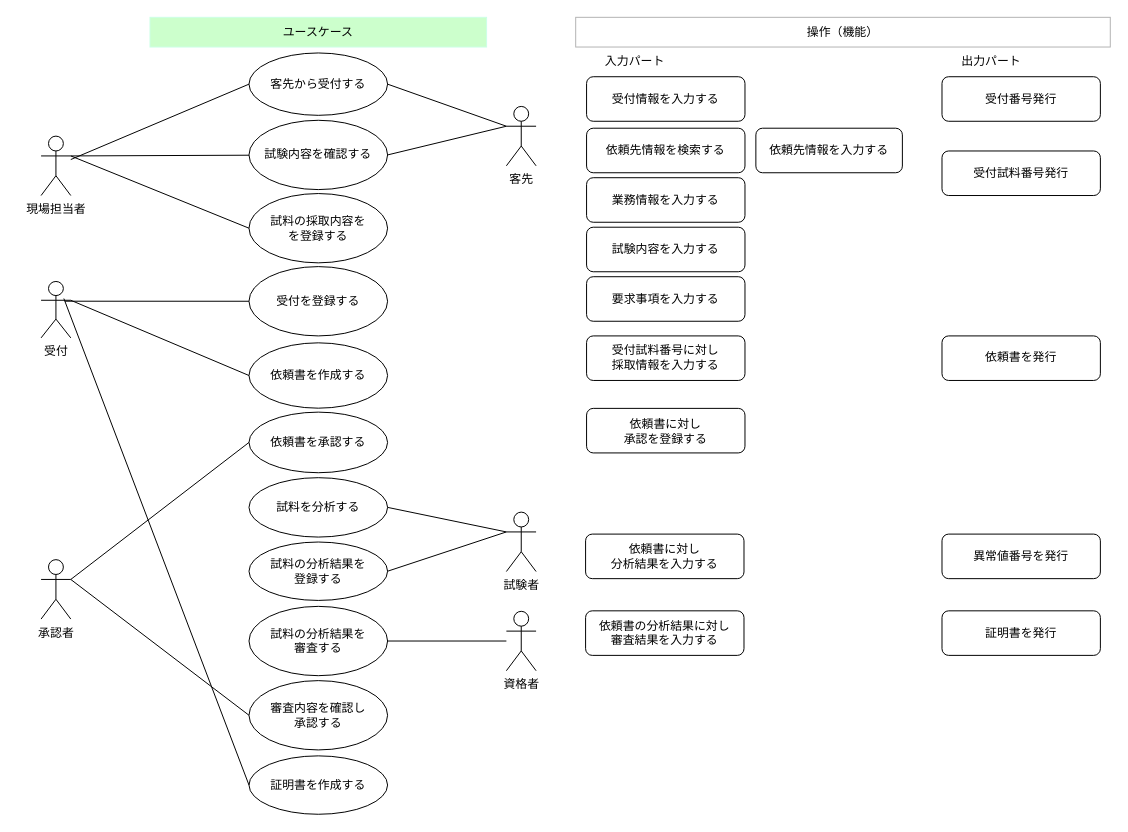
Earlier version of the draw.io diagram page "ユースケース図" (2 of 6) of 試料分析システム.drawio (kaoru387/draw.io). Source tidied: cells renumbered, new cells numbered last; positions are measured from the earlier drawing's top-left corner, leaving out a move shared by most shapes. Both pictures are drawn from the tidied source at 99%, with x=0, y=0 at pixel (41, 17).
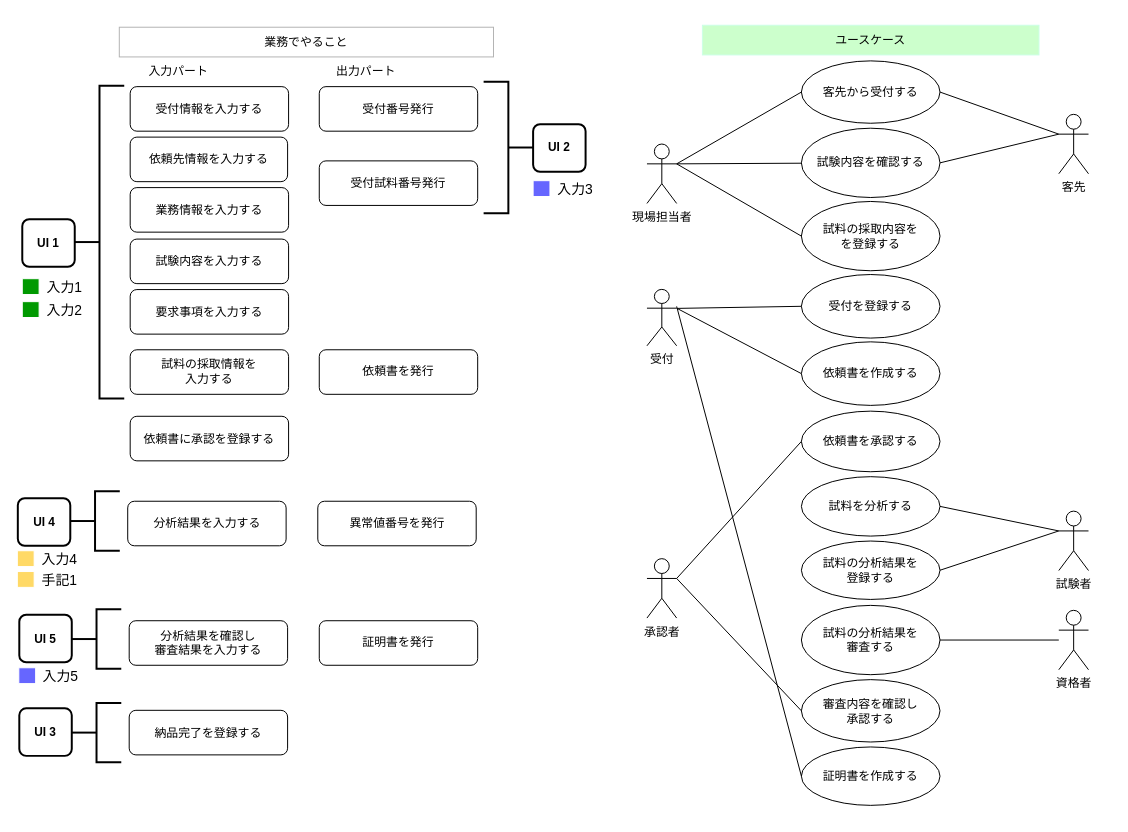
The same page after the edit.

What changed in the source:
```diff
@@
     <mxCell id="2" value="客先から受付する" style="ellipse;whiteSpace=wrap;html=1;" parent="1" vertex="1">
-      <mxGeometry x="210" y="36" width="140" height="63" as="geometry" />
+      <mxGeometry x="768" y="44" width="140" height="63" as="geometry" />
     </mxCell>
     <mxCell id="3" value="試験内容を確認する" style="ellipse;whiteSpace=wrap;html=1;" parent="1" vertex="1">
-      <mxGeometry x="210" y="104" width="140" height="70" as="geometry" />
+      <mxGeometry x="768" y="112" width="140" height="70" as="geometry" />
     </mxCell>
     <mxCell id="4" value="受付を登録する" style="ellipse;whiteSpace=wrap;html=1;" parent="1" vertex="1">
-      <mxGeometry x="210" y="251.8" width="140" height="70" as="geometry" />
+      <mxGeometry x="768" y="259.8" width="140" height="64.2" as="geometry" />
     </mxCell>
     <mxCell id="5" value="依頼書を作成する" style="ellipse;whiteSpace=wrap;html=1;" parent="1" vertex="1">
-      <mxGeometry x="210" y="328.8" width="140" height="66" as="geometry" />
+      <mxGeometry x="768" y="327.8" width="140" height="64.2" as="geometry" />
     </mxCell>
     <mxCell id="6" value="試料を分析する" style="ellipse;whiteSpace=wrap;html=1;" parent="1" vertex="1">
-      <mxGeometry x="210" y="465" width="140" height="60" as="geometry" />
+      <mxGeometry x="768" y="464" width="140" height="60" as="geometry" />
     </mxCell>
     <mxCell id="7" value="試料の分析結果を&lt;br&gt;登録する" style="ellipse;whiteSpace=wrap;html=1;" parent="1" vertex="1">
-      <mxGeometry x="210" y="530" width="140" height="59" as="geometry" />
+      <mxGeometry x="768" y="529" width="140" height="59" as="geometry" />
     </mxCell>
     <mxCell id="8" value="試料の分析結果を&lt;br&gt;審査する" style="ellipse;whiteSpace=wrap;html=1;" parent="1" vertex="1">
-      <mxGeometry x="210" y="595" width="140" height="70" as="geometry" />
+      <mxGeometry x="768" y="594" width="140" height="70" as="geometry" />
     </mxCell>
     <mxCell id="9" value="依頼書を承認する" style="ellipse;whiteSpace=wrap;html=1;" parent="1" vertex="1">
-      <mxGeometry x="210" y="398.8" width="140" height="61.2" as="geometry" />
+      <mxGeometry x="768" y="397.8" width="140" height="61.2" as="geometry" />
     </mxCell>
     <mxCell id="10" value="審査内容を確認し&lt;br&gt;承認する" style="ellipse;whiteSpace=wrap;html=1;" parent="1" vertex="1">
-      <mxGeometry x="210" y="670" width="140" height="70" as="geometry" />
+      <mxGeometry x="768" y="669" width="140" height="63" as="geometry" />
     </mxCell>
     <mxCell id="11" value="証明書を作成する" style="ellipse;whiteSpace=wrap;html=1;" parent="1" vertex="1">
-      <mxGeometry x="210" y="746" width="140" height="59" as="geometry" />
+      <mxGeometry x="768" y="737" width="140" height="59" as="geometry" />
     </mxCell>
     <mxCell id="12" value="受付" style="shape=umlActor;verticalLabelPosition=bottom;verticalAlign=top;html=1;" parent="1" vertex="1">
-      <mxGeometry y="266.8" width="30" height="57" as="geometry" />
+      <mxGeometry x="612" y="274.8" width="30" height="57" as="geometry" />
     </mxCell>
     <mxCell id="13" value="現場担当者" style="shape=umlActor;verticalLabelPosition=bottom;verticalAlign=top;html=1;" parent="1" vertex="1">
-      <mxGeometry y="120" width="30" height="60" as="geometry" />
+      <mxGeometry x="612" y="128" width="30" height="60" as="geometry" />
     </mxCell>
     <mxCell id="14" value="試験者" style="shape=umlActor;verticalLabelPosition=bottom;verticalAlign=top;html=1;" parent="1" vertex="1">
-      <mxGeometry x="470" y="499.8" width="30" height="60" as="geometry" />
+      <mxGeometry x="1028" y="498.8" width="30" height="60" as="geometry" />
     </mxCell>
     <mxCell id="15" value="資格者" style="shape=umlActor;verticalLabelPosition=bottom;verticalAlign=top;html=1;" parent="1" vertex="1">
-      <mxGeometry x="470" y="600" width="30" height="60" as="geometry" />
+      <mxGeometry x="1028" y="599" width="30" height="60" as="geometry" />
     </mxCell>
     <mxCell id="16" value="承認者" style="shape=umlActor;verticalLabelPosition=bottom;verticalAlign=top;html=1;" parent="1" vertex="1">
-      <mxGeometry y="547.8" width="30" height="60" as="geometry" />
+      <mxGeometry x="612" y="546.8" width="30" height="60" as="geometry" />
     </mxCell>
     <mxCell id="17" value="客先" style="shape=umlActor;verticalLabelPosition=bottom;verticalAlign=top;html=1;" parent="1" vertex="1">
-      <mxGeometry x="470" y="90" width="30" height="60" as="geometry" />
+      <mxGeometry x="1028" y="98" width="30" height="60" as="geometry" />
     </mxCell>
-    <mxCell id="18" style="endArrow=none;html=1;rounded=0;entryX=0;entryY=0.5;entryDx=0;entryDy=0;" parent="1" edge="1" source="13" target="2">
+    <mxCell id="18" style="endArrow=none;html=1;rounded=0;entryX=0;entryY=0.5;entryDx=0;entryDy=0;exitX=1;exitY=0.3333333333333333;exitDx=0;exitDy=0;exitPerimeter=0;" parent="1" edge="1" source="13" target="2">
       <mxGeometry relative="1" as="geometry" />
     </mxCell>
@@
     <mxCell id="22" value="試料の採取内容を&lt;br&gt;を登録する" style="ellipse;whiteSpace=wrap;html=1;" parent="1" vertex="1">
-      <mxGeometry x="210" y="178" width="140" height="70" as="geometry" />
+      <mxGeometry x="768" y="186" width="140" height="70" as="geometry" />
     </mxCell>
-    <mxCell id="23" style="endArrow=none;html=1;rounded=0;entryX=0;entryY=0.5;entryDx=0;entryDy=0;exitX=0.8;exitY=0.35;exitDx=0;exitDy=0;exitPerimeter=0;" parent="1" edge="1" source="12" target="4">
-      <mxGeometry relative="1" as="geometry" />
+    <mxCell id="23" style="endArrow=none;html=1;rounded=0;entryX=0;entryY=0.5;entryDx=0;entryDy=0;" parent="1" edge="1" target="4">
+      <mxGeometry relative="1" as="geometry">
+        <mxPoint x="643" y="294" as="sourcePoint" />
+      </mxGeometry>
     </mxCell>
@@
+    <mxCell id="46" value="ユースケース" style="rounded=0;whiteSpace=wrap;html=1;fillColor=#CCFFCC;shadow=0;strokeColor=#CCFFE6;" parent="1" vertex="1">
+      <mxGeometry x="668" y="8" width="340" height="30" as="geometry" />
+    </mxCell>
+    <mxCell id="50" style="endArrow=none;html=1;rounded=0;entryX=0;entryY=0.5;entryDx=0;entryDy=0;" parent="1" edge="1" target="11">
+      <mxGeometry relative="1" as="geometry">
+        <mxPoint x="642" y="292" as="sourcePoint" />
+      </mxGeometry>
+    </mxCell>
     <mxCell id="31" value="受付情報を入力する" style="rounded=1;whiteSpace=wrap;html=1;" parent="1" vertex="1">
-      <mxGeometry x="551" y="60" width="160" height="45" as="geometry" />
+      <mxGeometry x="90" y="70" width="160" height="45" as="geometry" />
     </mxCell>
-    <mxCell id="32" value="依頼先情報を検索する" style="rounded=1;whiteSpace=wrap;html=1;" parent="1" vertex="1">
-      <mxGeometry x="551" y="112" width="160" height="45" as="geometry" />
-    </mxCell>
     <mxCell id="33" value="依頼先情報を入力する" style="rounded=1;whiteSpace=wrap;html=1;" parent="1" vertex="1">
-      <mxGeometry x="722" y="112" width="148" height="45" as="geometry" />
+      <mxGeometry x="90" y="121" width="159" height="45" as="geometry" />
     </mxCell>
     <mxCell id="34" value="試験内容を入力する" style="rounded=1;whiteSpace=wrap;html=1;" parent="1" vertex="1">
-      <mxGeometry x="551" y="212" width="160" height="45" as="geometry" />
+      <mxGeometry x="90" y="224" width="160" height="45" as="geometry" />
     </mxCell>
     <mxCell id="35" value="業務情報を入力する" style="rounded=1;whiteSpace=wrap;html=1;" parent="1" vertex="1">
-      <mxGeometry x="551" y="162" width="160" height="45" as="geometry" />
+      <mxGeometry x="90" y="172" width="160" height="45" as="geometry" />
     </mxCell>
     <mxCell id="36" value="要求事項を入力する" style="rounded=1;whiteSpace=wrap;html=1;" parent="1" vertex="1">
-      <mxGeometry x="551" y="262" width="160" height="45" as="geometry" />
+      <mxGeometry x="90" y="275" width="160" height="45" as="geometry" />
     </mxCell>
-    <mxCell id="37" value="受付試料番号に対し&lt;br&gt;採取情報を入力する" style="rounded=1;whiteSpace=wrap;html=1;" parent="1" vertex="1">
-      <mxGeometry x="551" y="321.8" width="160" height="45" as="geometry" />
-    </mxCell>
+    <mxCell id="51" value="試料の採取情報を&lt;br&gt;入力する" style="rounded=1;whiteSpace=wrap;html=1;" parent="1" vertex="1">
+      <mxGeometry x="90" y="335.8" width="160" height="45" as="geometry" />
+    </mxCell>
     <mxCell id="38" value="受付番号発行" style="rounded=1;whiteSpace=wrap;html=1;" parent="1" vertex="1">
-      <mxGeometry x="910" y="60" width="160" height="45" as="geometry" />
+      <mxGeometry x="281" y="70" width="160" height="45" as="geometry" />
     </mxCell>
     <mxCell id="39" value="受付試料番号発行" style="rounded=1;whiteSpace=wrap;html=1;" parent="1" vertex="1">
-      <mxGeometry x="910" y="135" width="160" height="45" as="geometry" />
+      <mxGeometry x="281" y="145" width="160" height="45" as="geometry" />
     </mxCell>
     <mxCell id="40" value="依頼書を発行" style="rounded=1;whiteSpace=wrap;html=1;" parent="1" vertex="1">
-      <mxGeometry x="910" y="321.8" width="160" height="45" as="geometry" />
+      <mxGeometry x="281" y="335.8" width="160" height="45" as="geometry" />
     </mxCell>
-    <mxCell id="41" value="依頼書に対し&lt;br&gt;承認を登録する" style="rounded=1;whiteSpace=wrap;html=1;" parent="1" vertex="1">
-      <mxGeometry x="551" y="395" width="160" height="45" as="geometry" />
-    </mxCell>
-    <mxCell id="42" value="依頼書に対し&lt;br&gt;分析結果を入力する" style="rounded=1;whiteSpace=wrap;html=1;" parent="1" vertex="1">
-      <mxGeometry x="550" y="522" width="160" height="45" as="geometry" />
-    </mxCell>
-    <mxCell id="43" value="依頼書の分析結果に対し&lt;br&gt;審査結果を入力する" style="rounded=1;whiteSpace=wrap;html=1;" parent="1" vertex="1">
-      <mxGeometry x="550" y="599.5" width="160" height="45" as="geometry" />
-    </mxCell>
+    <mxCell id="52" value="依頼書に承認を登録する" style="rounded=1;whiteSpace=wrap;html=1;" parent="1" vertex="1">
+      <mxGeometry x="90" y="403" width="160" height="45" as="geometry" />
+    </mxCell>
+    <mxCell id="53" value="分析結果を入力する" style="rounded=1;whiteSpace=wrap;html=1;" parent="1" vertex="1">
+      <mxGeometry x="87.5" y="488.8" width="160" height="45" as="geometry" />
+    </mxCell>
+    <mxCell id="54" value="分析結果を確認し&lt;br&gt;審査結果を入力する" style="rounded=1;whiteSpace=wrap;html=1;" parent="1" vertex="1">
+      <mxGeometry x="89" y="609.5" width="160" height="45" as="geometry" />
+    </mxCell>
     <mxCell id="44" value="異常値番号を発行" style="rounded=1;whiteSpace=wrap;html=1;" parent="1" vertex="1">
-      <mxGeometry x="910" y="522" width="160" height="45" as="geometry" />
+      <mxGeometry x="279.5" y="488.8" width="160" height="45" as="geometry" />
     </mxCell>
     <mxCell id="45" value="証明書を発行" style="rounded=1;whiteSpace=wrap;html=1;" parent="1" vertex="1">
-      <mxGeometry x="910" y="599.5" width="160" height="45" as="geometry" />
+      <mxGeometry x="281" y="609.5" width="160" height="45" as="geometry" />
     </mxCell>
-    <mxCell id="46" value="ユースケース" style="rounded=0;whiteSpace=wrap;html=1;fillColor=#CCFFCC;shadow=0;strokeColor=#CCFFE6;" parent="1" vertex="1">
-      <mxGeometry x="110" width="340" height="30" as="geometry" />
-    </mxCell>
-    <mxCell id="47" value="操作（機能）" style="rounded=0;whiteSpace=wrap;html=1;fillColor=#FFFFFF;shadow=0;strokeColor=#B3B3B3;" parent="1" vertex="1">
-      <mxGeometry x="540" width="540" height="30" as="geometry" />
-    </mxCell>
+    <mxCell id="55" value="業務でやること" style="rounded=0;whiteSpace=wrap;html=1;fillColor=#FFFFFF;shadow=0;strokeColor=#B3B3B3;" parent="1" vertex="1">
+      <mxGeometry x="79" y="10" width="378" height="30" as="geometry" />
+    </mxCell>
     <mxCell id="48" value="入力パート" style="text;html=1;strokeColor=none;fillColor=none;align=center;verticalAlign=middle;whiteSpace=wrap;rounded=0;" parent="1" vertex="1">
-      <mxGeometry x="550" y="30" width="100" height="30" as="geometry" />
+      <mxGeometry x="89" y="40" width="100" height="30" as="geometry" />
     </mxCell>
     <mxCell id="49" value="出力パート" style="text;html=1;strokeColor=none;fillColor=none;align=center;verticalAlign=middle;whiteSpace=wrap;rounded=0;" parent="1" vertex="1">
-      <mxGeometry x="910" y="30" width="100" height="30" as="geometry" />
+      <mxGeometry x="281" y="41" width="95" height="28" as="geometry" />
     </mxCell>
-    <mxCell id="50" style="endArrow=none;html=1;rounded=0;entryX=0;entryY=0.5;entryDx=0;entryDy=0;exitX=0.767;exitY=0.303;exitDx=0;exitDy=0;exitPerimeter=0;" parent="1" edge="1" source="12" target="11">
-      <mxGeometry relative="1" as="geometry" />
-    </mxCell>
+    <mxCell id="56" style="strokeWidth=2;html=1;shape=mxgraph.flowchart.annotation_2;align=left;labelPosition=right;" parent="1" vertex="1">
+      <mxGeometry x="34" y="69" width="50" height="316" as="geometry" />
+    </mxCell>
+    <mxCell id="57" value="&lt;b&gt;UI 1&lt;/b&gt;" style="rounded=1;whiteSpace=wrap;html=1;absoluteArcSize=1;arcSize=14;strokeWidth=2;" parent="1" vertex="1">
+      <mxGeometry x="-19" y="204" width="53" height="48" as="geometry" />
+    </mxCell>
+    <mxCell id="58" style="strokeWidth=2;html=1;shape=mxgraph.flowchart.annotation_2;align=left;labelPosition=right;" parent="1" vertex="1">
+      <mxGeometry x="29.5" y="478.8" width="50" height="60" as="geometry" />
+    </mxCell>
+    <mxCell id="59" style="strokeWidth=2;html=1;shape=mxgraph.flowchart.annotation_2;align=left;labelPosition=right;" parent="1" vertex="1">
+      <mxGeometry x="31" y="598" width="50" height="60" as="geometry" />
+    </mxCell>
+    <mxCell id="60" style="strokeWidth=2;html=1;shape=mxgraph.flowchart.annotation_2;align=left;labelPosition=right;rotation=-180;" parent="1" vertex="1">
+      <mxGeometry x="447" y="65" width="50" height="133" as="geometry" />
+    </mxCell>
+    <mxCell id="61" value="&lt;b&gt;UI 2&lt;/b&gt;" style="rounded=1;whiteSpace=wrap;html=1;absoluteArcSize=1;arcSize=14;strokeWidth=2;" parent="1" vertex="1">
+      <mxGeometry x="497" y="108" width="53" height="48" as="geometry" />
+    </mxCell>
+    <mxCell id="62" style="html=1;dashed=0;whiteSpace=wrap;strokeColor=#FFFFFF;direction=south;fillColor=#6666FF;" parent="1" vertex="1">
+      <mxGeometry x="497" y="165" width="17" height="16" as="geometry" />
+    </mxCell>
+    <mxCell id="63" value="入力3" style="text;html=1;strokeColor=none;fillColor=none;align=left;verticalAlign=middle;whiteSpace=wrap;rounded=0;fontSize=14;" parent="1" vertex="1">
+      <mxGeometry x="519.5" y="164" width="39.5" height="20" as="geometry" />
+    </mxCell>
+    <mxCell id="64" style="html=1;dashed=0;whiteSpace=wrap;strokeColor=#FFFFFF;direction=south;fillColor=#009900;" parent="1" vertex="1">
+      <mxGeometry x="-19" y="264" width="17" height="16" as="geometry" />
+    </mxCell>
+    <mxCell id="65" value="入力1" style="text;html=1;strokeColor=none;fillColor=none;align=left;verticalAlign=middle;whiteSpace=wrap;rounded=0;fontSize=14;" parent="1" vertex="1">
+      <mxGeometry x="3.5" y="263" width="39.5" height="20" as="geometry" />
+    </mxCell>
+    <mxCell id="66" style="html=1;dashed=0;whiteSpace=wrap;strokeColor=#FFFFFF;direction=south;fillColor=#009900;" parent="1" vertex="1">
+      <mxGeometry x="-19" y="287.2" width="17" height="16" as="geometry" />
+    </mxCell>
+    <mxCell id="67" value="入力2" style="text;html=1;strokeColor=none;fillColor=none;align=left;verticalAlign=middle;whiteSpace=wrap;rounded=0;fontSize=14;" parent="1" vertex="1">
+      <mxGeometry x="3.5" y="286.2" width="39.5" height="20" as="geometry" />
+    </mxCell>
+    <mxCell id="68" value="&lt;b&gt;UI 4&lt;/b&gt;" style="rounded=1;whiteSpace=wrap;html=1;absoluteArcSize=1;arcSize=14;strokeWidth=2;" parent="1" vertex="1">
+      <mxGeometry x="-23.5" y="485.8" width="53" height="48" as="geometry" />
+    </mxCell>
+    <mxCell id="69" value="納品完了を登録する" style="rounded=1;whiteSpace=wrap;html=1;" parent="1" vertex="1">
+      <mxGeometry x="89" y="700" width="160" height="45" as="geometry" />
+    </mxCell>
+    <mxCell id="70" value="&lt;b&gt;UI 5&lt;/b&gt;" style="rounded=1;whiteSpace=wrap;html=1;absoluteArcSize=1;arcSize=14;strokeWidth=2;" parent="1" vertex="1">
+      <mxGeometry x="-22" y="603.5" width="53" height="48" as="geometry" />
+    </mxCell>
+    <mxCell id="71" style="strokeWidth=2;html=1;shape=mxgraph.flowchart.annotation_2;align=left;labelPosition=right;" parent="1" vertex="1">
+      <mxGeometry x="31" y="692.5" width="50" height="60" as="geometry" />
+    </mxCell>
+    <mxCell id="72" value="&lt;b&gt;UI 3&lt;/b&gt;" style="rounded=1;whiteSpace=wrap;html=1;absoluteArcSize=1;arcSize=14;strokeWidth=2;" parent="1" vertex="1">
+      <mxGeometry x="-22" y="698" width="53" height="48" as="geometry" />
+    </mxCell>
+    <mxCell id="73" style="html=1;dashed=0;whiteSpace=wrap;strokeColor=#FFFFFF;direction=south;fillColor=#FFD966;" parent="1" vertex="1">
+      <mxGeometry x="-24" y="538.8" width="17" height="16" as="geometry" />
+    </mxCell>
+    <mxCell id="74" value="入力4" style="text;html=1;strokeColor=none;fillColor=none;align=left;verticalAlign=middle;whiteSpace=wrap;rounded=0;fontSize=14;" parent="1" vertex="1">
+      <mxGeometry x="-1.5" y="537.8" width="39.5" height="20" as="geometry" />
+    </mxCell>
+    <mxCell id="75" style="html=1;dashed=0;whiteSpace=wrap;strokeColor=#FFFFFF;direction=south;fillColor=#6666FF;" parent="1" vertex="1">
+      <mxGeometry x="-22.5" y="657" width="17" height="16" as="geometry" />
+    </mxCell>
+    <mxCell id="76" value="入力5" style="text;html=1;strokeColor=none;fillColor=none;align=left;verticalAlign=middle;whiteSpace=wrap;rounded=0;fontSize=14;" parent="1" vertex="1">
+      <mxGeometry y="656" width="39.5" height="20" as="geometry" />
+    </mxCell>
+    <mxCell id="77" style="html=1;dashed=0;whiteSpace=wrap;strokeColor=#FFFFFF;direction=south;fillColor=#FFD966;" parent="1" vertex="1">
+      <mxGeometry x="-24" y="559.8" width="17" height="16" as="geometry" />
+    </mxCell>
+    <mxCell id="78" value="手記1" style="text;html=1;strokeColor=none;fillColor=none;align=left;verticalAlign=middle;whiteSpace=wrap;rounded=0;fontSize=14;" parent="1" vertex="1">
+      <mxGeometry x="-1.5" y="558.8" width="39.5" height="20" as="geometry" />
+    </mxCell>
```
